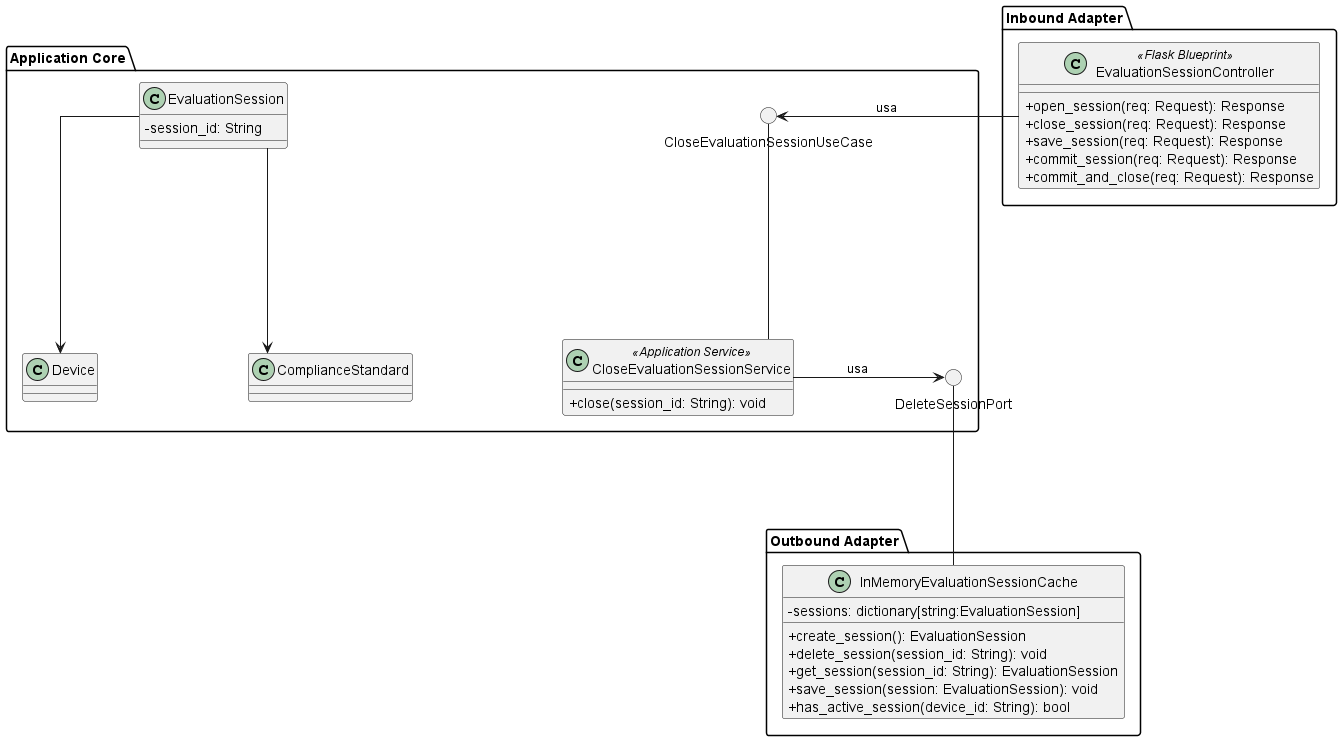
This is src/PB/DocumentazioneEsterna/Specifica_Tecnica/content/uml/png/Session/CloseEvaluationSession.png from GroupRubberDuck/Documentazione, a PlantUML export, as it was before one commit.
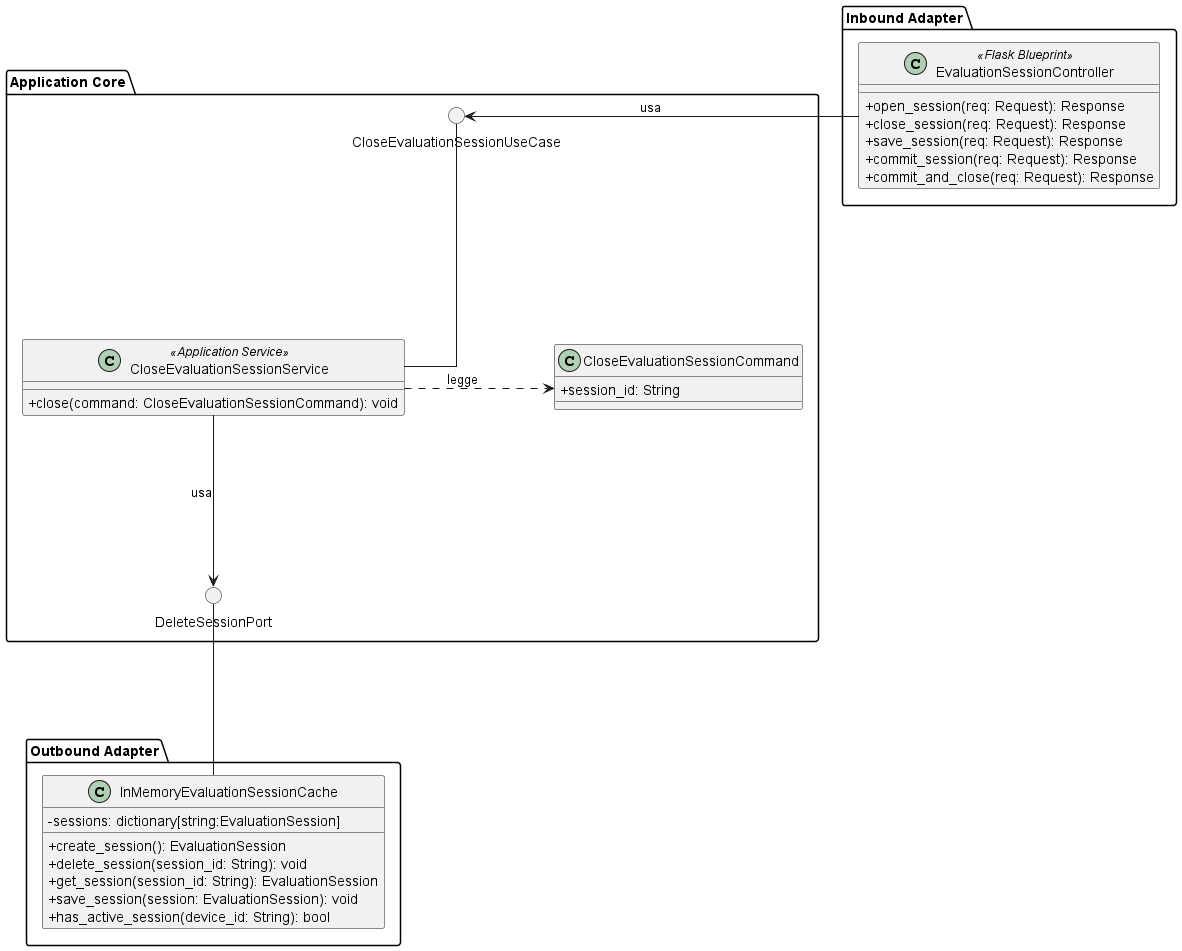
The same file after the commit.

Change to the diagram source:
```diff
@@ -1,5 +1,6 @@
 @startuml CloseEvaluationSession
 
+skinparam linetype ortho
 skinparam nodesep 150
 skinparam ranksep 150
 skinparam classAttributeIconSize 0
@@ -14,12 +15,16 @@
 
     !include ApplicationServices/CloseEvaluationSessionService.puml
 
+    class CloseEvaluationSessionCommand {
+        + session_id: String
+    }
+
     () "DeleteSessionPort"
 
-    !include Domain/EvaluationSession.puml
 
     CloseEvaluationSessionService -up- CloseEvaluationSessionUseCase
-    CloseEvaluationSessionService -> DeleteSessionPort : usa
+    CloseEvaluationSessionService .right.> CloseEvaluationSessionCommand : legge
+    CloseEvaluationSessionService -down-> DeleteSessionPort : usa
 }
 
 package "Outbound Adapter" {
```
